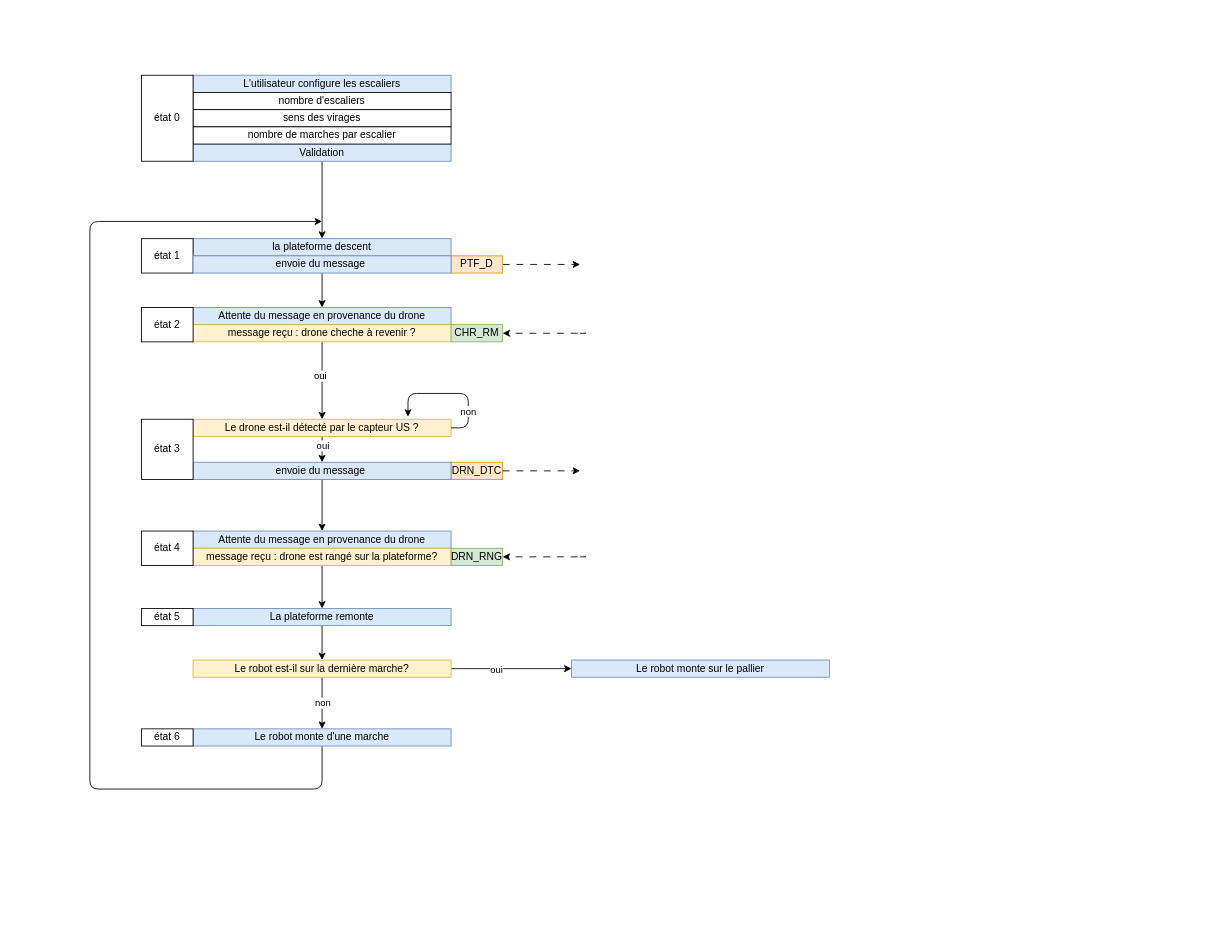
Above: diagramme/sequence_actions.drawio in AugustinitsuguA/Projet_Robot_Aspi (draw.io), before the change. Source tidied: cells renumbered, new cells numbered last; positions are measured from the earlier drawing's top-left corner, leaving out a move shared by most shapes. Both pictures are drawn from the tidied source at 86%, with x=0, y=0 at pixel (89, 75).
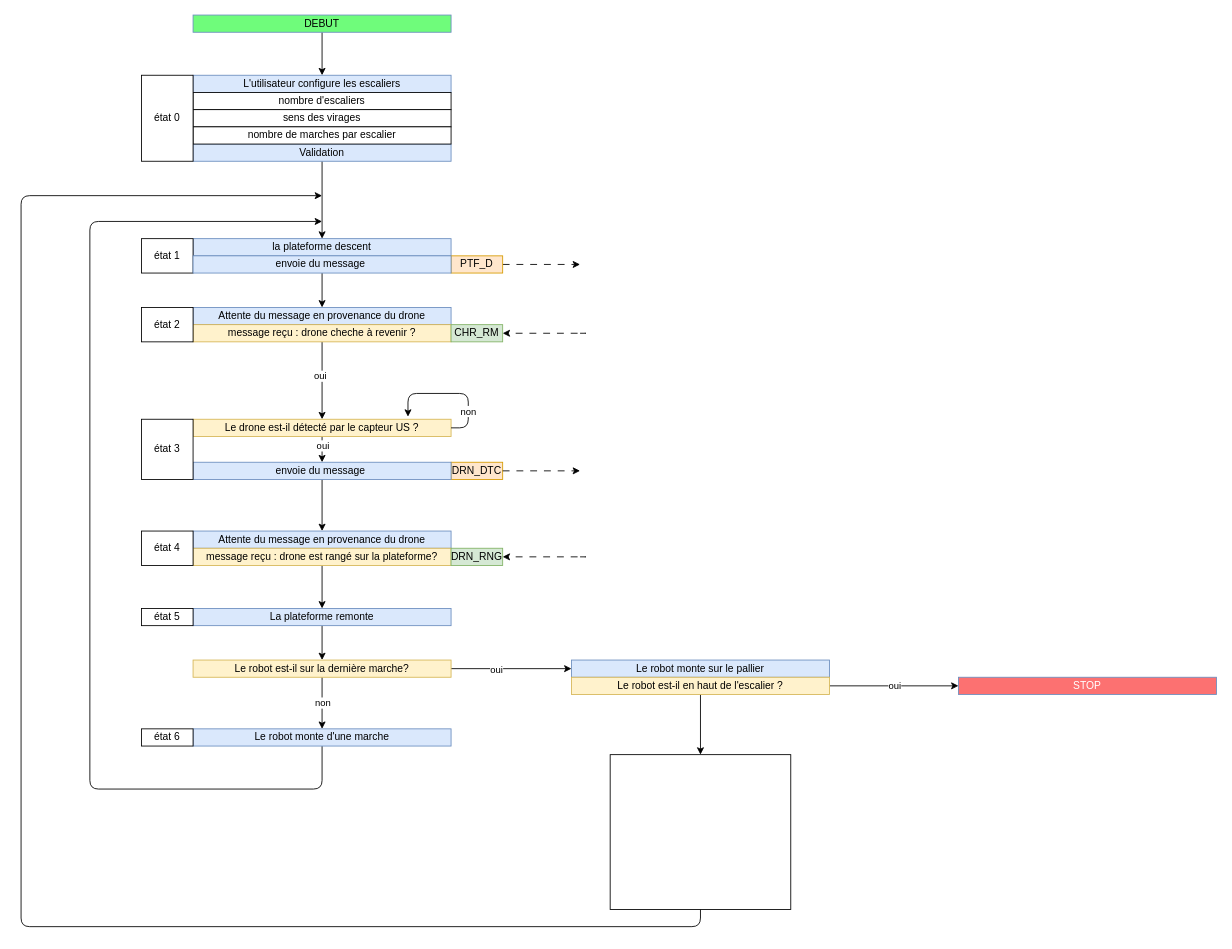
After the change.

The change refers to these unchanged cells:
```xml
<mxCell id="4" value="L'utilisateur configure les escaliers" style="whiteSpace=wrap;html=1;fillColor=#dae8fc;strokeColor=#6c8ebf;" parent="1" vertex="1">
  <mxGeometry x="120" width="300" height="20" as="geometry" />
</mxCell>
```

Change to the diagram source:
```diff
@@
+    <mxCell id="50" style="edgeStyle=none;html=1;entryX=0.5;entryY=0;entryDx=0;entryDy=0;exitX=0.5;exitY=1;exitDx=0;exitDy=0;" parent="1" edge="1" source="55" target="52">
+      <mxGeometry relative="1" as="geometry" />
+    </mxCell>
@@
+    <mxCell id="51" style="edgeStyle=orthogonalEdgeStyle;html=1;" parent="1" edge="1" source="52">
+      <mxGeometry x="-0.97" relative="1" as="geometry">
+        <mxPoint x="270" y="140" as="targetPoint" />
+        <Array as="points">
+          <mxPoint x="710" y="990" />
+          <mxPoint x="-80" y="990" />
+          <mxPoint x="-80" y="140" />
+        </Array>
+      </mxGeometry>
+    </mxCell>
+    <mxCell id="52" style="whiteSpace=wrap;html=1;" parent="1" vertex="1">
+      <mxGeometry x="605" y="790" width="210" height="180" as="geometry" />
+    </mxCell>
+    <mxCell id="53" style="edgeStyle=none;html=1;entryX=0;entryY=0.5;entryDx=0;entryDy=0;" parent="1" edge="1" source="55" target="56">
+      <mxGeometry relative="1" as="geometry" />
+    </mxCell>
+    <mxCell id="54" value="oui" style="edgeLabel;html=1;align=center;verticalAlign=middle;" parent="53" vertex="1">
+      <mxGeometry y="1" relative="1" as="geometry" />
+    </mxCell>
+    <mxCell id="55" value="Le robot est-il en haut de l'escalier ?" style="whiteSpace=wrap;html=1;fillColor=#fff2cc;strokeColor=#d6b656;" parent="1" vertex="1">
+      <mxGeometry x="560" y="700" width="300" height="20" as="geometry" />
+    </mxCell>
+    <mxCell id="56" value="&lt;span style=&quot;color: rgb(255, 255, 255);&quot;&gt;STOP&lt;/span&gt;" style="whiteSpace=wrap;html=1;fillColor=#FC7171;strokeColor=#6c8ebf;" parent="1" vertex="1">
+      <mxGeometry x="1010" y="700" width="300" height="20" as="geometry" />
+    </mxCell>
+    <mxCell id="57" style="edgeStyle=none;html=1;entryX=0.5;entryY=0;entryDx=0;entryDy=0;" parent="1" edge="1" source="58" target="4">
+      <mxGeometry relative="1" as="geometry" />
+    </mxCell>
+    <mxCell id="58" value="&lt;span style=&quot;color: rgb(0, 0, 0);&quot;&gt;DEBUT&lt;/span&gt;" style="whiteSpace=wrap;html=1;fillColor=#6FFC7B;strokeColor=#6c8ebf;" parent="1" vertex="1">
+      <mxGeometry x="120" y="-70" width="300" height="20" as="geometry" />
+    </mxCell>
```
